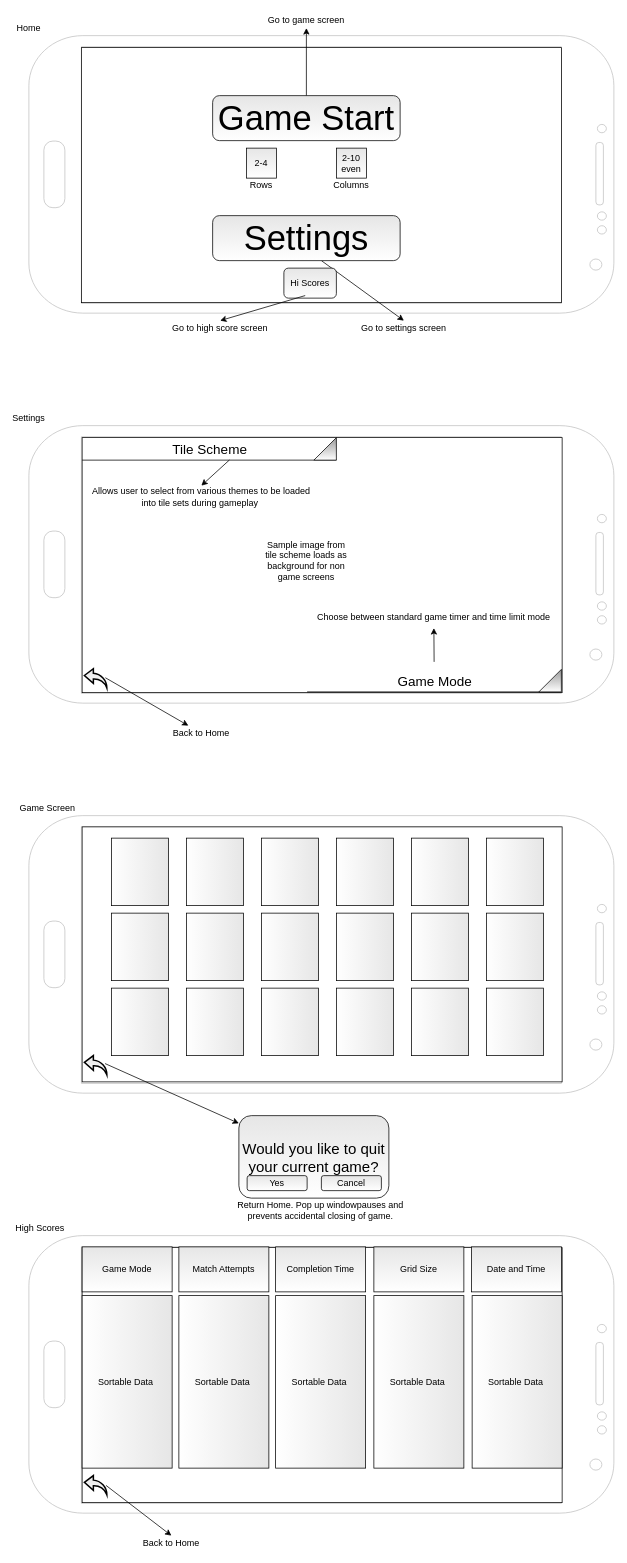
Earlier version of the draw.io diagram docs/work/wireframe.drawio (ddc-java-13/tile-match). Source tidied: cells renumbered, new cells numbered last; positions are measured from the earlier drawing's top-left corner, leaving out a move shared by most shapes. Both pictures are drawn from the tidied source at 75%, with x=0, y=0 at pixel (14, 13).
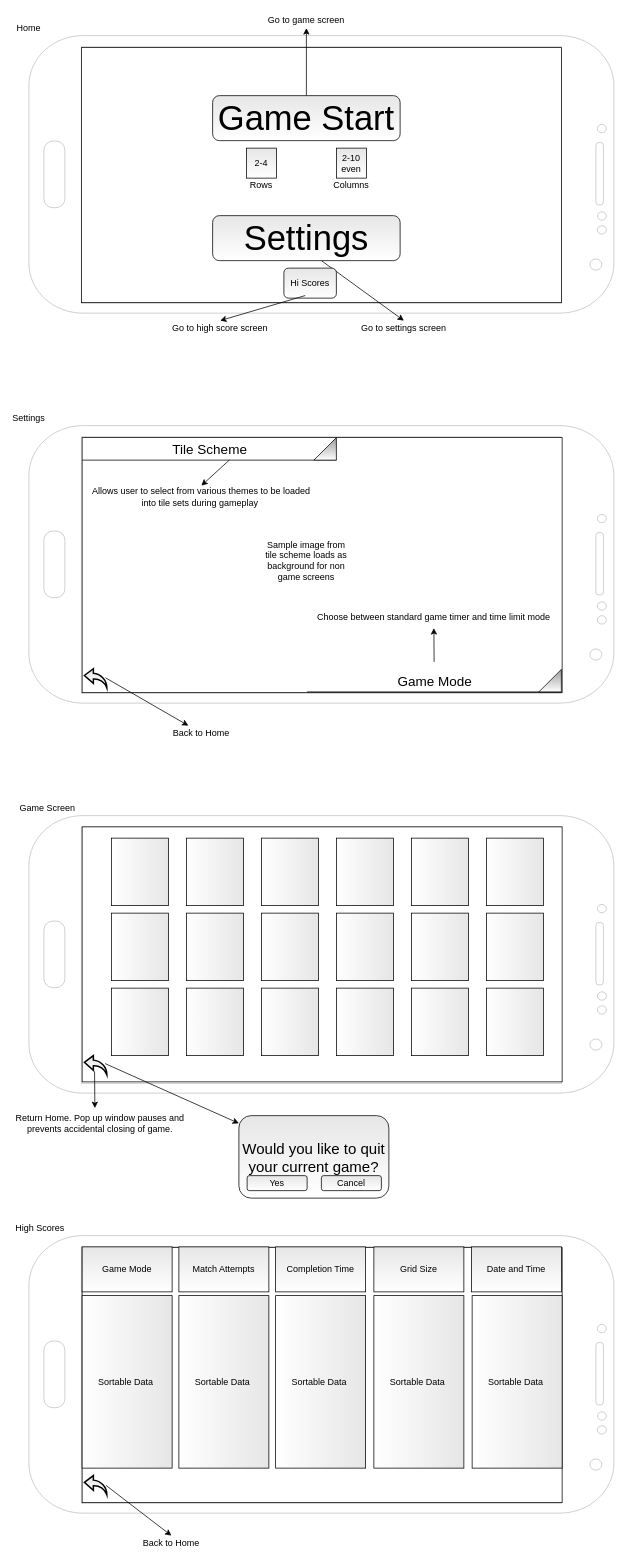
The same diagram, later.

Commit message (it also covers changes not shown here):
Edited wireframe, Rearranged links

The change refers to these unchanged cells:
```xml
<mxCell id="30" style="html=1;verticalLabelPosition=bottom;align=center;labelBackgroundColor=#ffffff;verticalAlign=top;strokeWidth=2;shadow=0;dashed=0;shape=mxgraph.ios7.icons.back;sketch=0;fontColor=#000000;fillColor=#E6E6E6;gradientColor=#ffffff;" parent="1" vertex="1">
  <mxGeometry x="94" y="1390" width="30" height="25.5" as="geometry" />
</mxCell>
```

What changed in the source:
```diff
@@
-    <mxCell id="33" value="Return Home. Pop up windowpauses and prevents accidental closing of game." style="text;html=1;strokeColor=none;fillColor=none;align=center;verticalAlign=middle;whiteSpace=wrap;rounded=0;shadow=0;sketch=0;fontColor=#000000;" parent="1" vertex="1">
-      <mxGeometry x="294" y="1586" width="230" height="20" as="geometry" />
+    <mxCell id="33" value="Return Home. Pop up window pauses and prevents accidental closing of game." style="text;html=1;strokeColor=none;fillColor=none;align=center;verticalAlign=middle;whiteSpace=wrap;rounded=0;shadow=0;sketch=0;fontColor=#000000;" parent="1" vertex="1">
+      <mxGeometry y="1470" width="230" height="20" as="geometry" />
     </mxCell>
@@
+    <mxCell id="74" style="endArrow=classic;html=1;exitX=0.453;exitY=0.824;exitDx=0;exitDy=0;exitPerimeter=0;" parent="1" edge="1" source="30">
+      <mxGeometry relative="1" as="geometry">
+        <mxPoint x="108" y="1460" as="targetPoint" />
+      </mxGeometry>
+    </mxCell>
```
